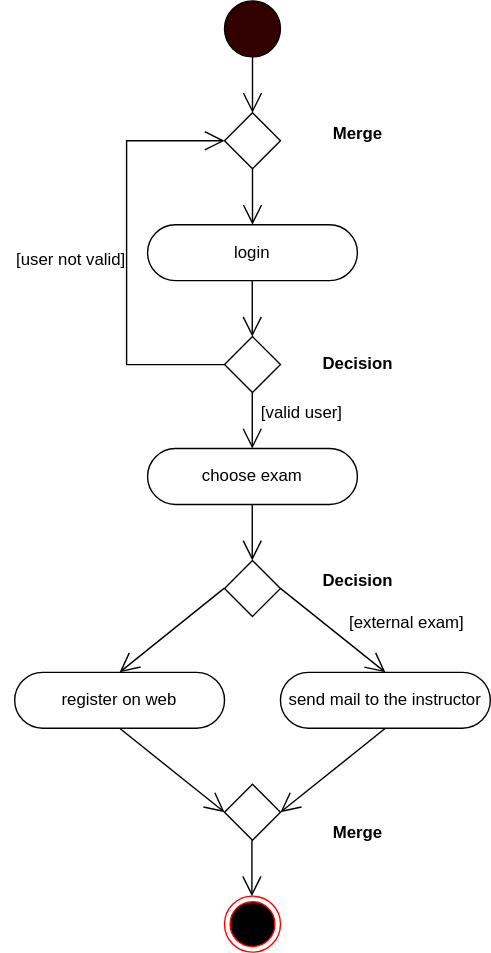
The draw.io diagram swe-2/static/activity-diagrams/diagram-1.svg in m1gwings/summaries, before a commit. Source tidied: cells renumbered, new cells last; positions are measured from the earlier drawing's top-left corner, leaving out a move shared by most shapes.
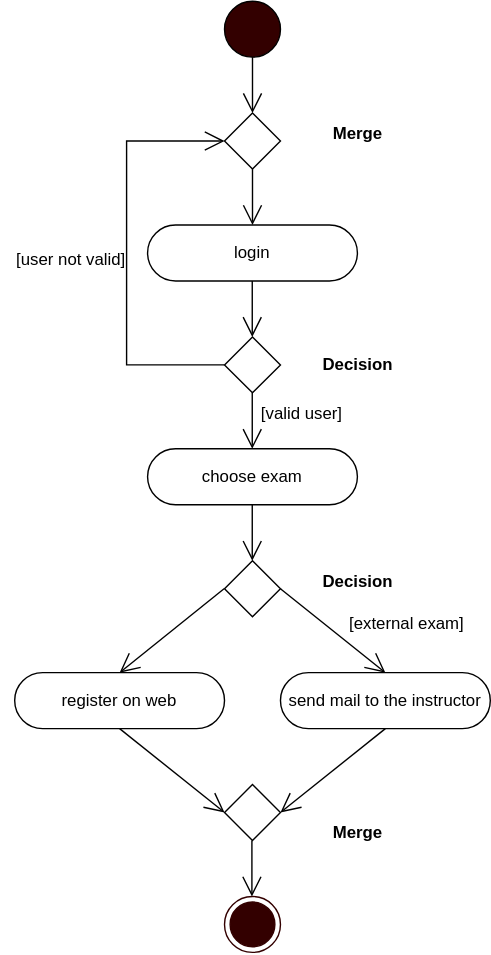
After the commit.

The edit, as a diff of the source:
```diff
@@ -31,7 +31,7 @@
     <mxCell id="10" style="rhombus;whiteSpace=wrap;html=1;" parent="1" vertex="1">
       <mxGeometry x="160" y="560" width="40" height="40" as="geometry" />
     </mxCell>
-    <mxCell id="11" style="ellipse;html=1;shape=endState;fillColor=#000000;strokeColor=#ff0000;" parent="1" vertex="1">
+    <mxCell id="11" style="ellipse;html=1;shape=endState;fillColor=#330000;strokeColor=#330000;" parent="1" vertex="1">
       <mxGeometry x="160" y="640" width="40" height="40" as="geometry" />
     </mxCell>
     <mxCell id="12" value="choose exam" style="rounded=1;whiteSpace=wrap;html=1;arcSize=50;" parent="1" vertex="1">
```
